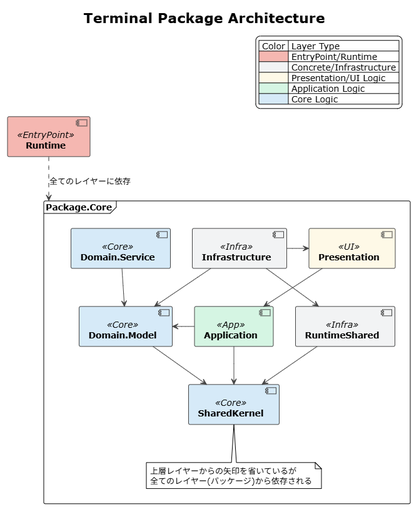
Above: docs/diagrams/Architecture/Architecture.png in YuukiReiya/YukimaruGames.Unity-Terminal (PlantUML), before the change. Its source is kept beside it as docs/diagrams/Architecture/architecture.puml.
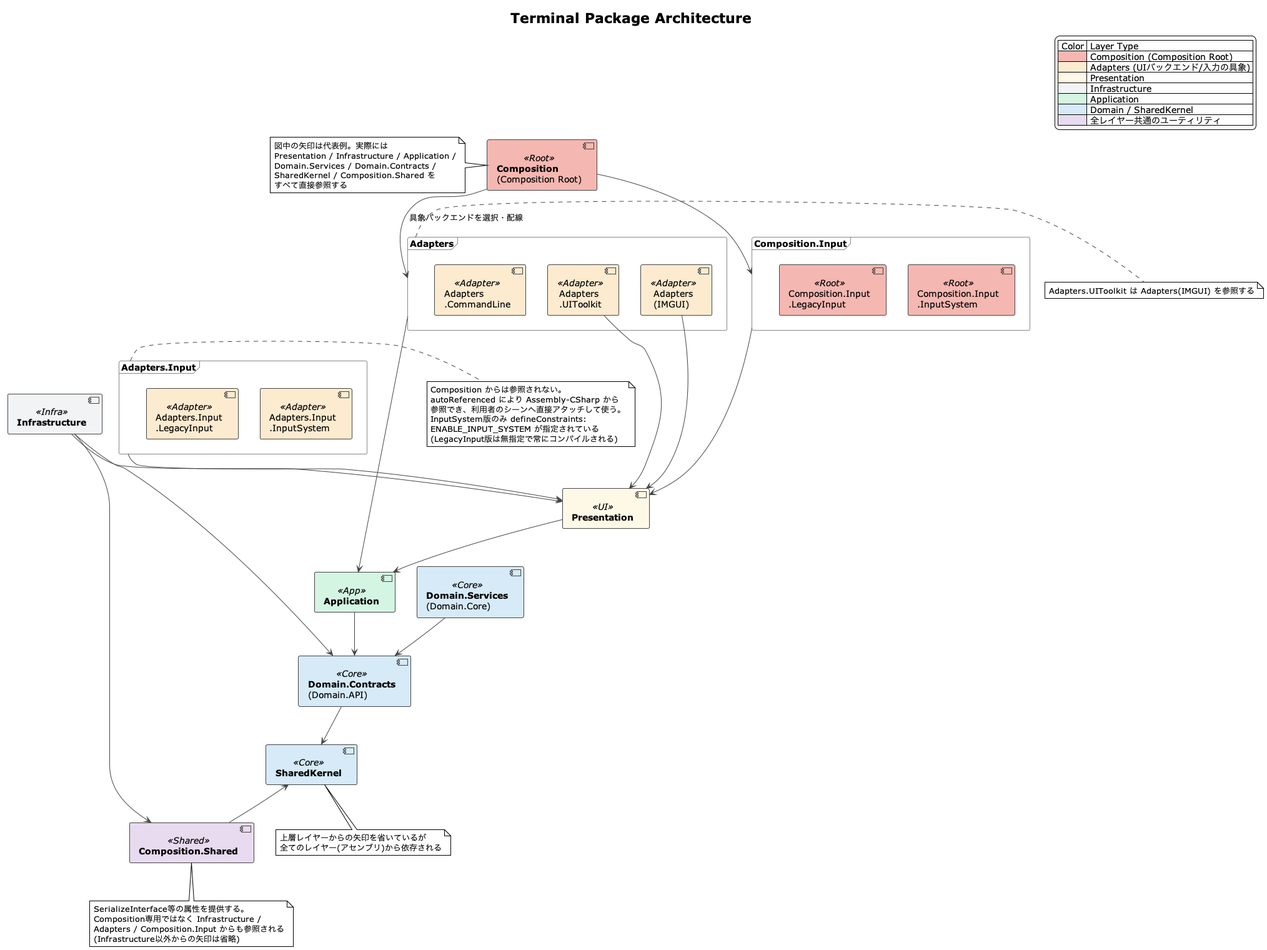
Later version of the same file.

Commit message:
[Docs] アーキテクチャ図を現在のasmdef構成へ更新し、レイヤー概観図を追加 (#143)

What changed in the source:
```diff
@@ -5,57 +5,111 @@
 skinparam component {
   ArrowColor #444444
   BorderColor #444444
-  BackgroundColor<<EntryPoint>> #F5B7B1
+  BackgroundColor<<Root>> #F5B7B1
+  BackgroundColor<<Adapter>> #FDEBD0
   BackgroundColor<<UI>> #FEF9E7
   BackgroundColor<<Infra>> #F2F3F4
   BackgroundColor<<App>> #D5F5E3
   BackgroundColor<<Core>> #D6EAF8
+  BackgroundColor<<Shared>> #E8DAEF
+}
+skinparam frame {
+  BorderColor #888888
 }
 
 legend top right
   | Color | Layer Type |
-  |<#F5B7B1>| EntryPoint/Runtime |
-  |<#F2F3F4>| Concrete/Infrastructure |
-  |<#FEF9E7>| Presentation/UI Logic |
-  |<#D5F5E3>| Application Logic |
-  |<#D6EAF8>| Core Logic |
+  |<#F5B7B1>| Composition (Composition Root) |
+  |<#FDEBD0>| Adapters (UIバックエンド/入力の具象) |
+  |<#FEF9E7>| Presentation |
+  |<#F2F3F4>| Infrastructure |
+  |<#D5F5E3>| Application |
+  |<#D6EAF8>| Domain / SharedKernel |
+  |<#E8DAEF>| 全レイヤー共通のユーティリティ |
 end legend
 
-component "<b>Runtime</b>" as Runtime <<EntryPoint>>
-frame "<b>Package.Core</b>" as PackageCore{
-  component "<b>Infrastructure</b>" as Infrastructure <<Infra>>
-  component "<b>Presentation</b>" as Presentation <<UI>>
-  component "<b>RuntimeShared</b>" as RuntimeShared <<Infra>>
-  component "<b>Application</b>" as Application <<App>>
-  component "<b>Domain.Service</b>" as DomainService <<Core>>
-  component "<b>Domain.Model</b>" as DomainModel <<Core>>
-  component "<b>SharedKernel</b>" as SharedKernel <<Core>>
+component "<b>Composition</b>\n(Composition Root)" as Composition <<Root>>
 
-  note bottom of SharedKernel
-  上層レイヤーからの矢印を省いているが
-  全てのレイヤー(パッケージ)から依存される
-  endnote
+frame "<b>Adapters</b>" as AdapterFrame {
+  component "Adapters\n(IMGUI)" as Adapters <<Adapter>>
+  component "Adapters\n.UIToolkit" as AdaptersUIToolkit <<Adapter>>
+  component "Adapters\n.CommandLine" as AdaptersCommandLine <<Adapter>>
 }
 
-Runtime .down.> PackageCore:全てのレイヤーに依存
+frame "<b>Adapters.Input</b>" as AdapterInputFrame {
+  component "Adapters.Input\n.InputSystem" as AdaptersInputSystem <<Adapter>>
+  component "Adapters.Input\n.LegacyInput" as AdaptersLegacyInput <<Adapter>>
+}
 
-DomainService -[hidden]right-> Infrastructure
-Application -[hidden]right-> RuntimeShared
-Infrastructure -[hidden]down-> Application
-Presentation -[hidden]down-> RuntimeShared
+frame "<b>Composition.Input</b>" as CompositionInputFrame {
+  component "Composition.Input\n.InputSystem" as CompositionInputSystem <<Root>>
+  component "Composition.Input\n.LegacyInput" as CompositionLegacyInput <<Root>>
+}
 
-DomainService -down->DomainModel
-Infrastructure -right-> Presentation
+component "<b>Presentation</b>" as Presentation <<UI>>
+component "<b>Infrastructure</b>" as Infrastructure <<Infra>>
+component "<b>Application</b>" as Application <<App>>
+component "<b>Domain.Services</b>\n(Domain.Core)" as DomainServices <<Core>>
+component "<b>Domain.Contracts</b>\n(Domain.API)" as DomainContracts <<Core>>
+component "<b>SharedKernel</b>" as SharedKernel <<Core>>
+component "<b>Composition.Shared</b>" as CompositionShared <<Shared>>
 
-Infrastructure -down-> RuntimeShared
-Infrastructure -down-> DomainModel
+note right of AdapterFrame
+  Adapters.UIToolkit は Adapters(IMGUI) を参照する
+end note
+
+note right of AdapterInputFrame
+  Composition からは参照されない。
+  autoReferenced により Assembly-CSharp から
+  参照でき、利用者のシーンへ直接アタッチして使う。
+  InputSystem版のみ defineConstraints:
+  ENABLE_INPUT_SYSTEM が指定されている
+  (LegacyInput版は無指定で常にコンパイルされる)
+end note
+
+note bottom of SharedKernel
+  上層レイヤーからの矢印を省いているが
+  全てのレイヤー(アセンブリ)から依存される
+end note
+
+note bottom of CompositionShared
+  SerializeInterface等の属性を提供する。
+  Composition専用ではなく Infrastructure /
+  Adapters / Composition.Input からも参照される
+  (Infrastructure以外からの矢印は省略)
+end note
+
+note left of Composition
+  図中の矢印は代表例。実際には
+  Presentation / Infrastructure / Application /
+  Domain.Services / Domain.Contracts /
+  SharedKernel / Composition.Shared を
+  すべて直接参照する
+end note
+
+Composition -[hidden]down-> AdapterFrame
+AdapterFrame -[hidden]down-> Infrastructure
+DomainServices -[hidden]right-> DomainContracts
+SharedKernel -[hidden]right-> CompositionShared
+
+Composition -down-> AdapterFrame : 具象バックエンドを選択・配線
+Composition -down-> CompositionInputFrame
+
+Adapters -down-> Presentation
+AdaptersUIToolkit -down-> Presentation
+AdapterFrame -down-> Application
+AdapterInputFrame -down-> Presentation
+CompositionInputFrame -down-> Presentation
+
+Infrastructure -down-> Presentation
+Infrastructure -down-> DomainContracts
+Infrastructure -right-> CompositionShared
 
 Presentation -down-> Application
+Application -down-> DomainContracts
+DomainServices -down-> DomainContracts
 
-Application -left-> DomainModel
-
-Application -down-> SharedKernel
-DomainModel -down-> SharedKernel
-RuntimeShared -down-> SharedKernel
+DomainContracts -down-> SharedKernel
+CompositionShared -down-> SharedKernel
 
 @enduml
```
